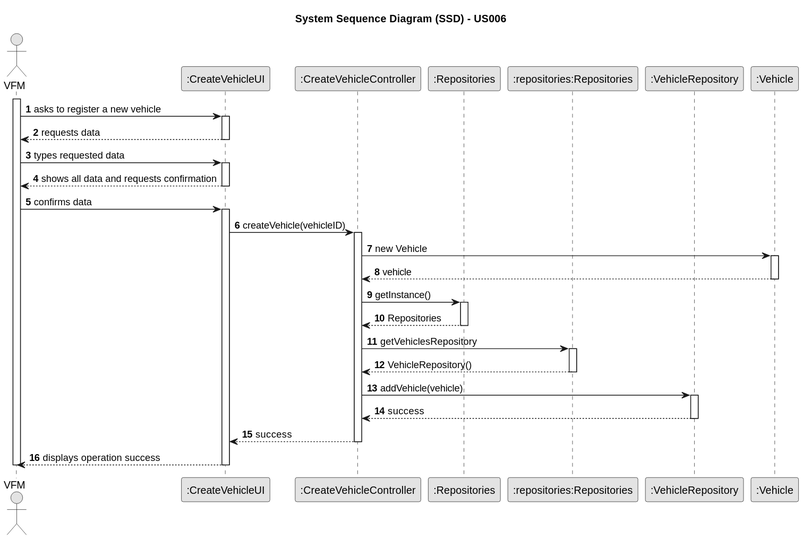
Earlier version of the PlantUML export docs/sprintC/us0025/03.design/svg/us25-sequence-diagram-full.svg (Mendoncaa/LAPR2). Source of this version:
```plantuml
@startuml
skinparam monochrome true
skinparam packageStyle rectangle
skinparam shadowing false

autonumber

title System Sequence Diagram (SSD) - US006

actor "VFM" as ADM

participant ":CreateVehicleUI" as UI
participant ":CreateVehicleController" as CTRL
participant ":Repositories" as SR
participant ":repositories:Repositories" as RR
participant ":VehicleRepository" as VR
participant ":Vehicle" as VEHICLE

activate ADM

    ADM -> UI : asks to register a new vehicle

    activate UI
        UI --> ADM : requests data
    deactivate UI

    ADM -> UI : types requested data
    activate UI
        UI --> ADM : shows all data and requests confirmation
    deactivate UI

    ADM -> UI : confirms data
    activate UI
        UI -> CTRL : createVehicle(vehicleID)
        activate CTRL
        CTRL -> VEHICLE : new Vehicle
            activate VEHICLE
                VEHICLE --> CTRL : vehicle
            deactivate VEHICLE
            CTRL -> SR : getInstance()

            activate SR
                SR --> CTRL : Repositories
            deactivate SR
                CTRL -> RR : getVehiclesRepository
            activate RR
                RR --> CTRL : VehicleRepository()
            deactivate RR
                CTRL -> VR : addVehicle(vehicle)
            activate VR
                VR --> CTRL : success
            deactivate VR

            CTRL --> UI : success
        deactivate CTRL
        UI --> ADM : displays operation success
    deactivate UI

deactivate ADM


@enduml
```
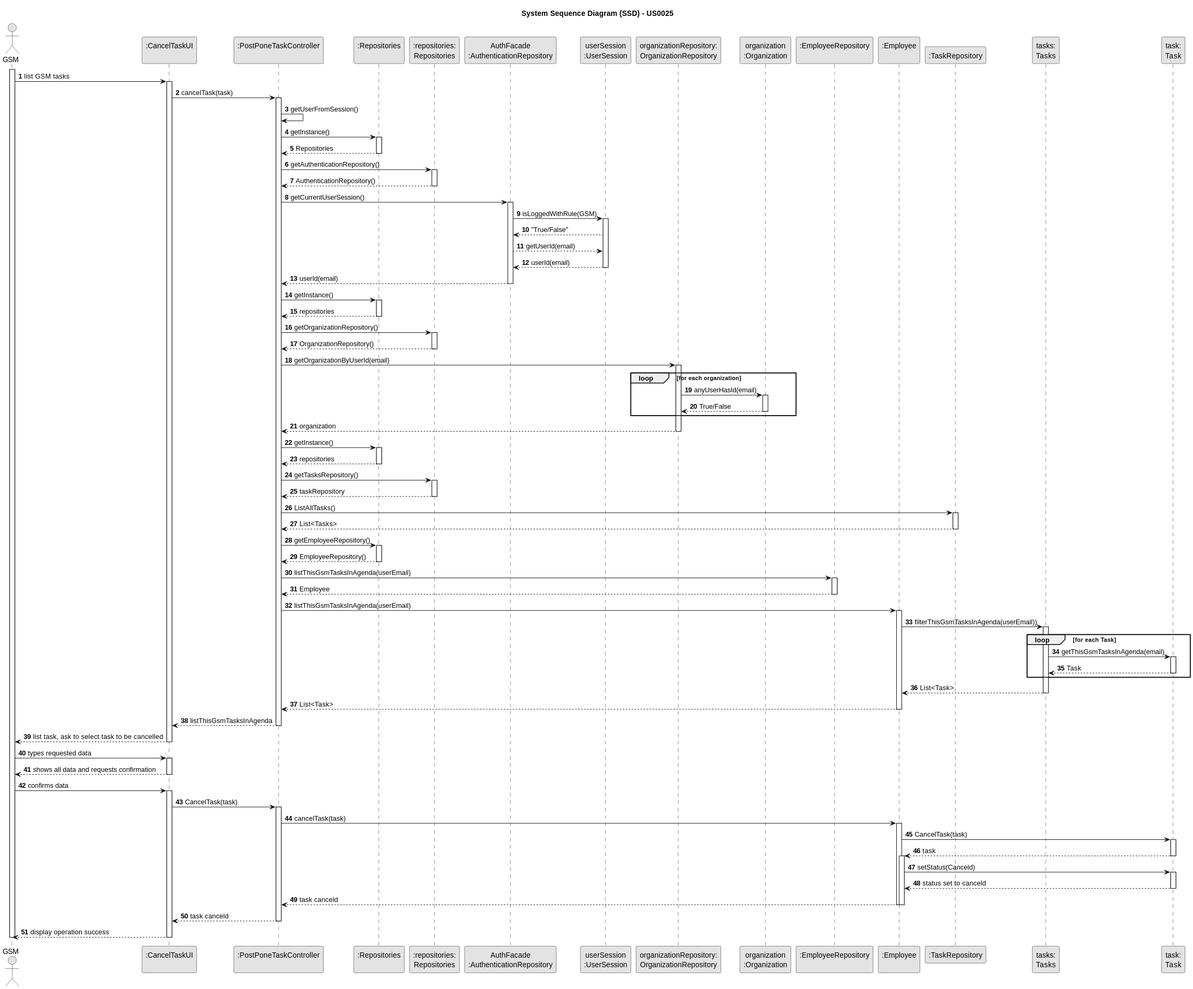
After the change.

Diff of the diagram source:
```diff
@@ -5,58 +5,156 @@
 
 autonumber
 
-title System Sequence Diagram (SSD) - US006
+title System Sequence Diagram (SSD) - US0025
 
-actor "VFM" as ADM
+actor "GSM" as GSM
 
-participant ":CreateVehicleUI" as UI
-participant ":CreateVehicleController" as CTRL
-participant ":Repositories" as SR
-participant ":repositories:Repositories" as RR
-participant ":VehicleRepository" as VR
-participant ":Vehicle" as VEHICLE
-
-activate ADM
-
-    ADM -> UI : asks to register a new vehicle
-
-    activate UI
-        UI --> ADM : requests data
-    deactivate UI
-
-    ADM -> UI : types requested data
-    activate UI
-        UI --> ADM : shows all data and requests confirmation
-    deactivate UI
-
-    ADM -> UI : confirms data
-    activate UI
-        UI -> CTRL : createVehicle(vehicleID)
-        activate CTRL
-        CTRL -> VEHICLE : new Vehicle
-            activate VEHICLE
-                VEHICLE --> CTRL : vehicle
-            deactivate VEHICLE
-            CTRL -> SR : getInstance()
-
-            activate SR
-                SR --> CTRL : Repositories
-            deactivate SR
-                CTRL -> RR : getVehiclesRepository
-            activate RR
-                RR --> CTRL : VehicleRepository()
-            deactivate RR
-                CTRL -> VR : addVehicle(vehicle)
-            activate VR
-                VR --> CTRL : success
-            deactivate VR
-
-            CTRL --> UI : success
-        deactivate CTRL
-        UI --> ADM : displays operation success
-    deactivate UI
-
-deactivate ADM
+participant ":CancelTaskUI\n" as UI
+participant ":PostPoneTaskController\n" as CTRL
+participant ":Repositories\n" as SR
+participant ":repositories:\nRepositories" as RR
+participant "AuthFacade\n:AuthenticationRepository" as AUTHREP
+participant "userSession\n:UserSession" as USER
+participant "organizationRepository:\nOrganizationRepository" as OR
+participant "organization\n:Organization" as ORG
+participant ":EmployeeRepository\n" as ER
+participant ":Employee\n" as E
+participant ":TaskRepository" as TR
+participant "tasks:\nTasks" as TASKS
+participant "task:\nTask" as TASK
 
 
+activate GSM
+
+    GSM -> UI : list GSM tasks
+    activate UI
+
+        UI -> CTRL : cancelTask(task)
+        activate CTRL
+
+
+        CTRL -> CTRL : getUserFromSession()
+        CTRL -> SR : getInstance()
+        activate SR
+        CTRL <-- SR : Repositories
+        deactivate SR
+        CTRL -> RR : getAuthenticationRepository()
+
+        activate RR
+        CTRL <-- RR : AuthenticationRepository()
+        deactivate RR
+
+
+        CTRL -> AUTHREP : getCurrentUserSession()
+
+        activate AUTHREP
+
+
+
+        AUTHREP -> USER : isLoggedWithRule(GSM)
+
+        activate USER
+        AUTHREP <-- USER : "True/False"
+
+        AUTHREP --> USER : getUserId(email)
+        AUTHREP <-- USER : userId(email)
+        deactivate USER
+        CTRL <-- AUTHREP : userId(email)
+        deactivate AUTHREP
+
+
+            CTRL -> SR : getInstance()
+            activate SR
+                SR --> CTRL : repositories
+            deactivate SR
+            CTRL -> RR : getOrganizationRepository()
+            activate RR
+                RR --> CTRL : OrganizationRepository()
+            deactivate RR
+            CTRL -> OR : getOrganizationByUserId(email)
+            activate OR
+                loop for each organization
+                    OR -> ORG : anyUserHasId(email)
+                    activate ORG
+                        ORG --> OR : True/False
+                    deactivate ORG
+                end loop
+                OR --> CTRL : organization
+            deactivate OR
+
+        CTRL -> SR : getInstance()
+        activate SR
+        CTRL <-- SR : repositories
+        deactivate SR
+        CTRL -> RR : getTasksRepository()
+        activate RR
+        CTRL <-- RR : taskRepository
+        deactivate RR
+        CTRL->TR : ListAllTasks()
+        activate TR
+        CTRL<-- TR : List<Tasks>
+        deactivate TR
+
+
+
+           CTRL -> SR : getEmployeeRepository()
+            activate SR
+            CTRL <-- SR : EmployeeRepository()
+            deactivate SR
+
+
+
+
+
+        CTRL -> ER : listThisGsmTasksInAgenda(userEmail)
+        activate ER
+        CTRL <-- ER : Employee
+        deactivate ER
+        CTRL -> E : listThisGsmTasksInAgenda(userEmail)
+        activate E
+            E -> TASKS : filterThisGsmTasksInAgenda(userEmail))
+            activate TASKS
+                loop for each Task
+                            TASKS -> TASK : getThisGsmTasksInAgenda(email)
+                            activate TASK
+                            TASKS <-- TASK : Task
+                            deactivate TASK
+                            end loop
+            E<-- TASKS : List<Task>
+            deactivate TASKS
+        CTRL <-- E : List<Task>
+        deactivate E
+    UI <-- CTRL : listThisGsmTasksInAgenda
+    deactivate CTRL
+        UI --> GSM :list task, ask to select task to be cancelled
+
+    deactivate UI
+    GSM -> UI : types requested data
+    activate UI
+        UI --> GSM : shows all data and requests confirmation
+    deactivate UI
+    GSM -> UI : confirms data
+    activate UI
+
+            UI -> CTRL : CancelTask(task)
+            activate CTRL
+                CTRL -> E : cancelTask(task)
+                activate E
+                    E -> TASK : CancelTask(task)
+                    activate TASK
+                        TASK -->E : task
+                    deactivate TASK
+                    activate E
+                        E -> TASK : setStatus(Canceld)
+                        activate TASK
+                            TASK --> E: status set to canceld
+                        deactivate TASK
+                        E --> CTRL: task canceld
+                    deactivate E
+                deactivate E
+                CTRL --> UI : task canceld
+            deactivate CTRL
+            UI --> GSM : display operation success
+    deactivate UI
+deactivate GSM
 @enduml
```
